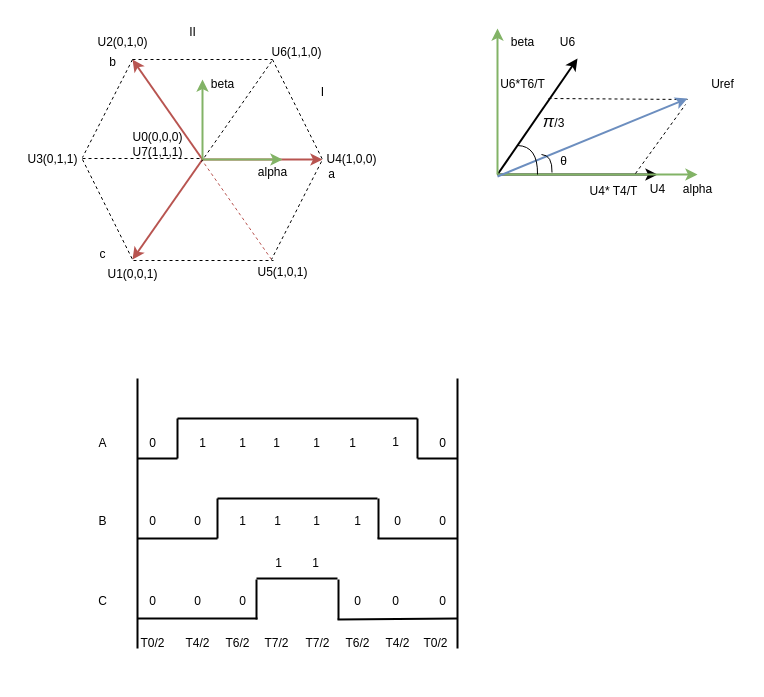
Vinson-001/Blog-flow-chart keeps this draw.io diagram as page "60度坐标系" (2 of 3) of SVPWM 脉冲调制.drawio. Above is the earlier version. Source tidied: cells renumbered, new cells numbered last; positions are measured from the earlier drawing's top-left corner, leaving out a move shared by most shapes. Both pictures are drawn from the tidied source at 100%, with x=0, y=0 at pixel (17, 17).
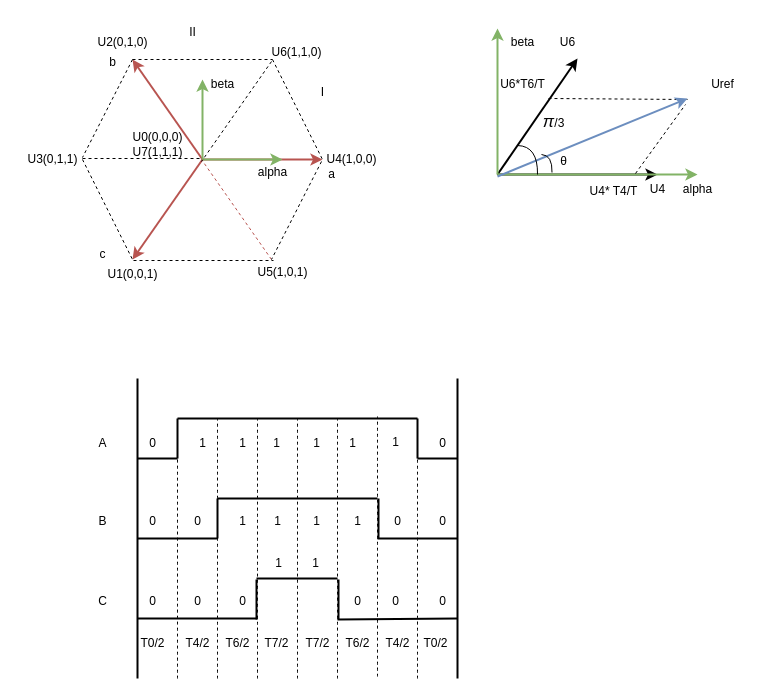
After the change.

Commit message:
更新SVPWM 脉冲调制.drawio

Change to the diagram source:
```diff
@@
     <mxCell id="60" style="endArrow=none;html=1;rounded=0;curved=1;strokeWidth=2;" parent="1" edge="1">
       <mxGeometry relative="1" as="geometry">
-        <mxPoint x="120" y="631" as="sourcePoint" />
+        <mxPoint x="120" y="661" as="sourcePoint" />
         <mxPoint x="120" y="361" as="targetPoint" />
       </mxGeometry>
     </mxCell>
@@
     <mxCell id="91" style="endArrow=none;html=1;rounded=0;curved=1;strokeWidth=2;" parent="1" edge="1">
       <mxGeometry relative="1" as="geometry">
-        <mxPoint x="440" y="631" as="sourcePoint" />
+        <mxPoint x="440" y="661" as="sourcePoint" />
         <mxPoint x="440" y="361" as="targetPoint" />
       </mxGeometry>
     </mxCell>
@@
+    <mxCell id="100" style="endArrow=none;dashed=1;html=1;rounded=0;curved=1;" parent="1" edge="1">
+      <mxGeometry relative="1" as="geometry">
+        <mxPoint x="160" y="661" as="sourcePoint" />
+        <mxPoint x="160" y="441" as="targetPoint" />
+      </mxGeometry>
+    </mxCell>
+    <mxCell id="101" style="endArrow=none;dashed=1;html=1;rounded=0;curved=1;" parent="1" edge="1">
+      <mxGeometry relative="1" as="geometry">
+        <mxPoint x="200" y="661" as="sourcePoint" />
+        <mxPoint x="200" y="401" as="targetPoint" />
+      </mxGeometry>
+    </mxCell>
+    <mxCell id="102" style="endArrow=none;dashed=1;html=1;rounded=0;curved=1;" parent="1" edge="1">
+      <mxGeometry relative="1" as="geometry">
+        <mxPoint x="240" y="661" as="sourcePoint" />
+        <mxPoint x="240" y="401" as="targetPoint" />
+      </mxGeometry>
+    </mxCell>
+    <mxCell id="103" style="endArrow=none;dashed=1;html=1;rounded=0;curved=1;" parent="1" edge="1">
+      <mxGeometry relative="1" as="geometry">
+        <mxPoint x="280" y="661" as="sourcePoint" />
+        <mxPoint x="280" y="401" as="targetPoint" />
+      </mxGeometry>
+    </mxCell>
+    <mxCell id="104" style="endArrow=none;dashed=1;html=1;rounded=0;curved=1;" parent="1" edge="1">
+      <mxGeometry relative="1" as="geometry">
+        <mxPoint x="320" y="661" as="sourcePoint" />
+        <mxPoint x="320" y="401" as="targetPoint" />
+      </mxGeometry>
+    </mxCell>
+    <mxCell id="105" style="endArrow=none;dashed=1;html=1;rounded=0;curved=1;" parent="1" edge="1">
+      <mxGeometry relative="1" as="geometry">
+        <mxPoint x="360" y="659" as="sourcePoint" />
+        <mxPoint x="360" y="399" as="targetPoint" />
+      </mxGeometry>
+    </mxCell>
+    <mxCell id="106" style="endArrow=none;dashed=1;html=1;rounded=0;curved=1;" parent="1" edge="1">
+      <mxGeometry relative="1" as="geometry">
+        <mxPoint x="400" y="661" as="sourcePoint" />
+        <mxPoint x="400" y="434" as="targetPoint" />
+      </mxGeometry>
+    </mxCell>
```
